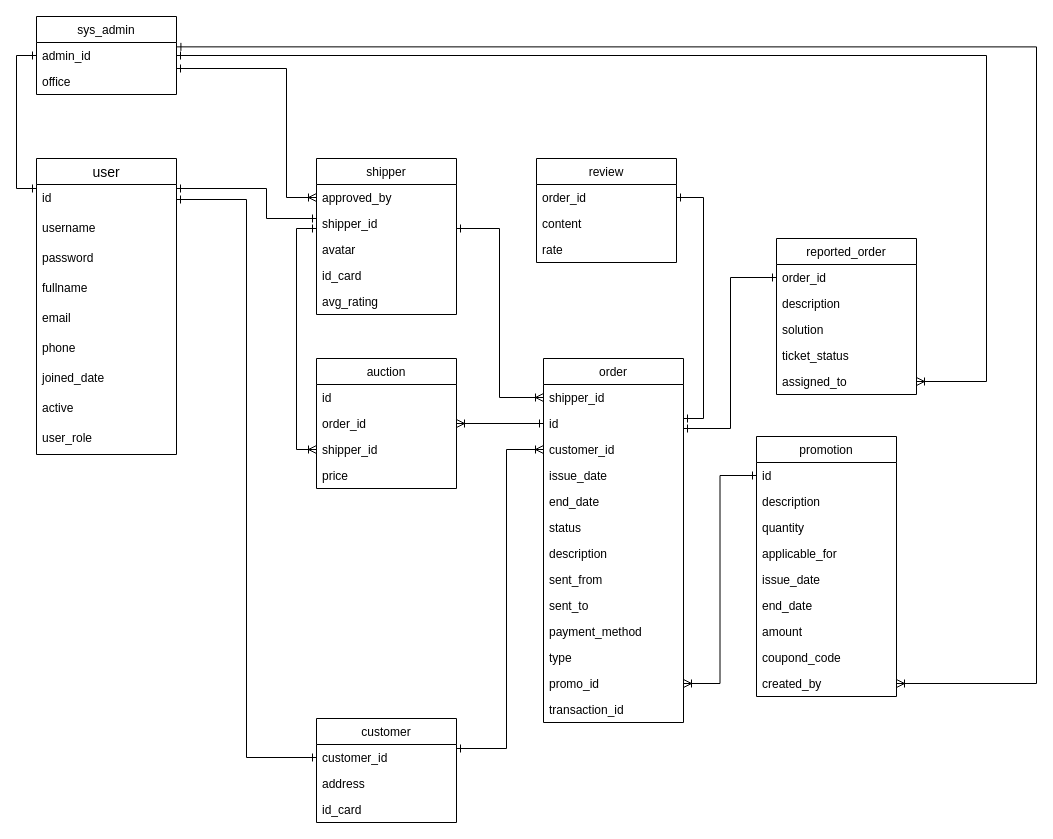
quoctann/spring-delivery-management keeps this draw.io diagram as page "Database" (2 of 2) of design.drawio. Above is the earlier version. Source tidied: cells renumbered, new cells numbered last; positions are measured from the earlier drawing's top-left corner, leaving out a move shared by most shapes. Both pictures are drawn from the tidied source at 100%, with x=0, y=0 at pixel (16, 16).
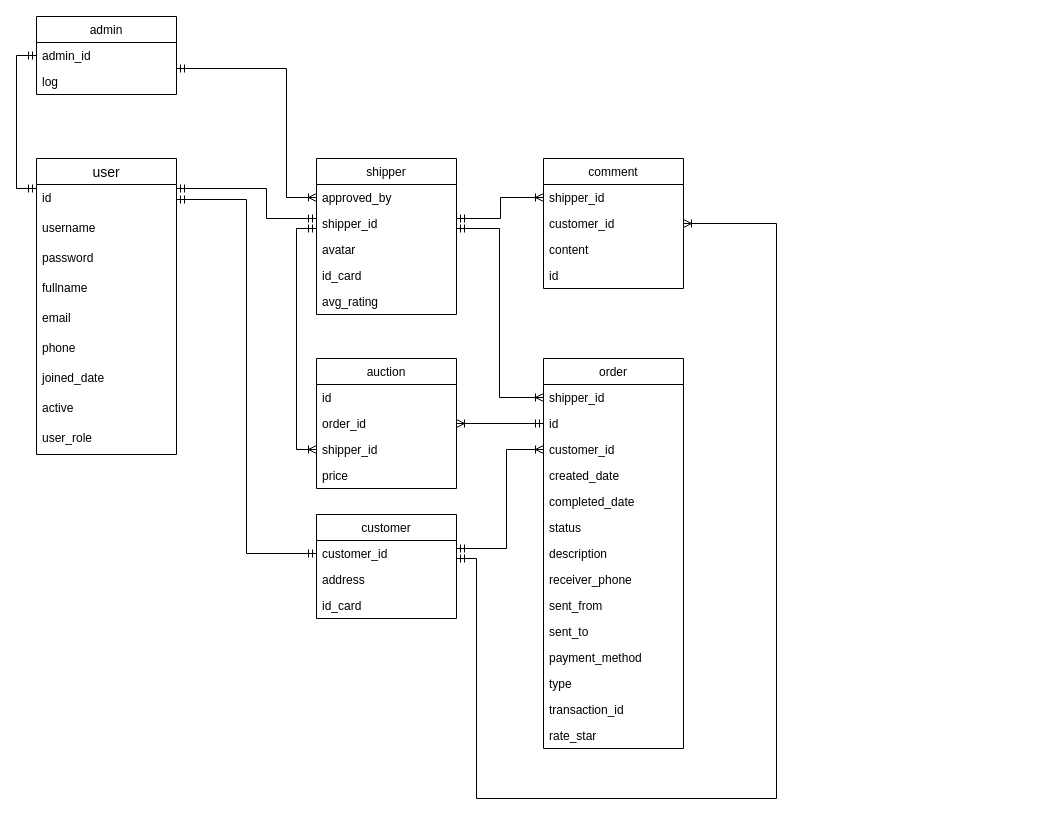
After the change.

The change refers to these unchanged cells:
```xml
<mxCell id="3" value="id" style="text;strokeColor=none;fillColor=none;spacingLeft=4;spacingRight=4;overflow=hidden;points=[[0,0.5],[1,0.5]];portConstraint=eastwest;fontSize=12;" parent="2" vertex="1">
  <mxGeometry y="26" width="140" height="30" as="geometry" />
</mxCell>
<mxCell id="13" value="approved_by" style="text;strokeColor=none;fillColor=none;align=left;verticalAlign=top;spacingLeft=4;spacingRight=4;overflow=hidden;points=[[0,0.5],[1,0.5]];portConstraint=eastwest;" parent="12" vertex="1">
  <mxGeometry y="26" width="140" height="26" as="geometry" />
</mxCell>
<mxCell id="14" value="shipper_id" style="text;strokeColor=none;fillColor=none;align=left;verticalAlign=top;spacingLeft=4;spacingRight=4;overflow=hidden;points=[[0,0.5],[1,0.5]];portConstraint=eastwest;" parent="12" vertex="1">
  <mxGeometry y="52" width="140" height="26" as="geometry" />
</mxCell>
<mxCell id="23" value="shipper_id" style="text;strokeColor=none;fillColor=none;align=left;verticalAlign=top;spacingLeft=4;spacingRight=4;overflow=hidden;points=[[0,0.5],[1,0.5]];portConstraint=eastwest;" parent="22" vertex="1">
  <mxGeometry y="26" width="140" height="26" as="geometry" />
</mxCell>
<mxCell id="24" value="id" style="text;strokeColor=none;fillColor=none;align=left;verticalAlign=top;spacingLeft=4;spacingRight=4;overflow=hidden;points=[[0,0.5],[1,0.5]];portConstraint=eastwest;" parent="22" vertex="1">
  <mxGeometry y="52" width="140" height="26" as="geometry" />
</mxCell>
<mxCell id="25" value="customer_id" style="text;strokeColor=none;fillColor=none;align=left;verticalAlign=top;spacingLeft=4;spacingRight=4;overflow=hidden;points=[[0,0.5],[1,0.5]];portConstraint=eastwest;" parent="22" vertex="1">
  <mxGeometry y="78" width="140" height="26" as="geometry" />
</mxCell>
<mxCell id="38" value="order_id" style="text;strokeColor=none;fillColor=none;align=left;verticalAlign=top;spacingLeft=4;spacingRight=4;overflow=hidden;points=[[0,0.5],[1,0.5]];portConstraint=eastwest;" parent="36" vertex="1">
  <mxGeometry y="52" width="140" height="26" as="geometry" />
</mxCell>
<mxCell id="39" value="shipper_id" style="text;strokeColor=none;fillColor=none;align=left;verticalAlign=top;spacingLeft=4;spacingRight=4;overflow=hidden;points=[[0,0.5],[1,0.5]];portConstraint=eastwest;" parent="36" vertex="1">
  <mxGeometry y="78" width="140" height="26" as="geometry" />
</mxCell>
<mxCell id="53" value="customer_id" style="text;strokeColor=none;fillColor=none;align=left;verticalAlign=top;spacingLeft=4;spacingRight=4;overflow=hidden;points=[[0,0.5],[1,0.5]];portConstraint=eastwest;" parent="52" vertex="1">
  <mxGeometry y="26" width="140" height="26" as="geometry" />
</mxCell>
<mxCell id="71" value="admin_id" style="text;strokeColor=none;fillColor=none;align=left;verticalAlign=top;spacingLeft=4;spacingRight=4;overflow=hidden;points=[[0,0.5],[1,0.5]];portConstraint=eastwest;" parent="70" vertex="1">
  <mxGeometry y="26" width="140" height="26" as="geometry" />
</mxCell>
```

The edit, as a diff of the source:
```diff
@@
-    <mxCell id="18" value="review" style="swimlane;fontStyle=0;horizontal=1;startSize=26;rounded=0;sketch=0;" parent="1" vertex="1">
-      <mxGeometry x="520" y="142" width="140" height="104" as="geometry" />
-    </mxCell>
-    <mxCell id="19" value="order_id" style="text;strokeColor=none;fillColor=none;align=left;verticalAlign=top;spacingLeft=4;spacingRight=4;overflow=hidden;points=[[0,0.5],[1,0.5]];portConstraint=eastwest;" parent="18" vertex="1">
-      <mxGeometry y="26" width="140" height="26" as="geometry" />
-    </mxCell>
-    <mxCell id="20" value="content" style="text;strokeColor=none;fillColor=none;align=left;verticalAlign=top;spacingLeft=4;spacingRight=4;overflow=hidden;" parent="18" vertex="1">
-      <mxGeometry y="52" width="140" height="26" as="geometry" />
-    </mxCell>
-    <mxCell id="21" value="rate" style="text;strokeColor=none;fillColor=none;align=left;verticalAlign=top;spacingLeft=4;spacingRight=4;overflow=hidden;" parent="18" vertex="1">
-      <mxGeometry y="78" width="140" height="26" as="geometry" />
-    </mxCell>
     <mxCell id="22" value="order" style="swimlane;fontStyle=0;horizontal=1;startSize=26;rounded=0;sketch=0;" parent="1" vertex="1">
-      <mxGeometry x="527" y="342" width="140" height="364" as="geometry" />
+      <mxGeometry x="527" y="342" width="140" height="390" as="geometry" />
     </mxCell>
@@
-    <mxCell id="26" value="issue_date" style="text;strokeColor=none;fillColor=none;align=left;verticalAlign=top;spacingLeft=4;spacingRight=4;overflow=hidden;" parent="22" vertex="1">
+    <mxCell id="26" value="created_date" style="text;strokeColor=none;fillColor=none;align=left;verticalAlign=top;spacingLeft=4;spacingRight=4;overflow=hidden;" parent="22" vertex="1">
       <mxGeometry y="104" width="140" height="26" as="geometry" />
     </mxCell>
-    <mxCell id="27" value="end_date" style="text;strokeColor=none;fillColor=none;align=left;verticalAlign=top;spacingLeft=4;spacingRight=4;overflow=hidden;" parent="22" vertex="1">
+    <mxCell id="27" value="completed_date" style="text;strokeColor=none;fillColor=none;align=left;verticalAlign=top;spacingLeft=4;spacingRight=4;overflow=hidden;" parent="22" vertex="1">
       <mxGeometry y="130" width="140" height="26" as="geometry" />
     </mxCell>
@@
+    <mxCell id="77" value="receiver_phone" style="text;strokeColor=none;fillColor=none;align=left;verticalAlign=top;spacingLeft=4;spacingRight=4;overflow=hidden;" parent="22" vertex="1">
+      <mxGeometry y="208" width="140" height="26" as="geometry" />
+    </mxCell>
     <mxCell id="30" value="sent_from" style="text;strokeColor=none;fillColor=none;align=left;verticalAlign=top;spacingLeft=4;spacingRight=4;overflow=hidden;" parent="22" vertex="1">
-      <mxGeometry y="208" width="140" height="26" as="geometry" />
+      <mxGeometry y="234" width="140" height="26" as="geometry" />
     </mxCell>
     <mxCell id="31" value="sent_to" style="text;strokeColor=none;fillColor=none;align=left;verticalAlign=top;spacingLeft=4;spacingRight=4;overflow=hidden;" parent="22" vertex="1">
-      <mxGeometry y="234" width="140" height="26" as="geometry" />
+      <mxGeometry y="260" width="140" height="26" as="geometry" />
     </mxCell>
     <mxCell id="32" value="payment_method" style="text;strokeColor=none;fillColor=none;align=left;verticalAlign=top;spacingLeft=4;spacingRight=4;overflow=hidden;" parent="22" vertex="1">
-      <mxGeometry y="260" width="140" height="26" as="geometry" />
+      <mxGeometry y="286" width="140" height="26" as="geometry" />
     </mxCell>
     <mxCell id="33" value="type" style="text;strokeColor=none;fillColor=none;align=left;verticalAlign=top;spacingLeft=4;spacingRight=4;overflow=hidden;" parent="22" vertex="1">
-      <mxGeometry y="286" width="140" height="26" as="geometry" />
+      <mxGeometry y="312" width="140" height="26" as="geometry" />
     </mxCell>
-    <mxCell id="34" value="promo_id" style="text;strokeColor=none;fillColor=none;align=left;verticalAlign=top;spacingLeft=4;spacingRight=4;overflow=hidden;points=[[0,0.5],[1,0.5]];portConstraint=eastwest;" parent="22" vertex="1">
-      <mxGeometry y="312" width="140" height="26" as="geometry" />
-    </mxCell>
@@
+    <mxCell id="78" value="rate_star" style="text;strokeColor=none;fillColor=none;align=left;verticalAlign=top;spacingLeft=4;spacingRight=4;overflow=hidden;" parent="22" vertex="1">
+      <mxGeometry y="364" width="140" height="26" as="geometry" />
+    </mxCell>
@@
-    <mxCell id="41" value="reported_order" style="swimlane;fontStyle=0;horizontal=1;startSize=26;rounded=0;sketch=0;" parent="1" vertex="1">
-      <mxGeometry x="760" y="222" width="140" height="156" as="geometry" />
-    </mxCell>
-    <mxCell id="42" value="order_id" style="text;strokeColor=none;fillColor=none;align=left;verticalAlign=top;spacingLeft=4;spacingRight=4;overflow=hidden;points=[[0,0.5],[1,0.5]];portConstraint=eastwest;" parent="41" vertex="1">
-      <mxGeometry y="26" width="140" height="26" as="geometry" />
-    </mxCell>
-    <mxCell id="43" value="description" style="text;strokeColor=none;fillColor=none;align=left;verticalAlign=top;spacingLeft=4;spacingRight=4;overflow=hidden;" parent="41" vertex="1">
-      <mxGeometry y="52" width="140" height="26" as="geometry" />
-    </mxCell>
-    <mxCell id="44" value="solution" style="text;strokeColor=none;fillColor=none;align=left;verticalAlign=top;spacingLeft=4;spacingRight=4;overflow=hidden;" parent="41" vertex="1">
-      <mxGeometry y="78" width="140" height="26" as="geometry" />
-    </mxCell>
-    <mxCell id="45" value="ticket_status" style="text;strokeColor=none;fillColor=none;align=left;verticalAlign=top;spacingLeft=4;spacingRight=4;overflow=hidden;" parent="41" vertex="1">
-      <mxGeometry y="104" width="140" height="26" as="geometry" />
-    </mxCell>
-    <mxCell id="46" value="assigned_to" style="text;strokeColor=none;fillColor=none;align=left;verticalAlign=top;spacingLeft=4;spacingRight=4;overflow=hidden;points=[[0,0.5],[1,0.5]];portConstraint=eastwest;" parent="41" vertex="1">
-      <mxGeometry y="130" width="140" height="26" as="geometry" />
-    </mxCell>
-    <mxCell id="47" style="edgeStyle=orthogonalEdgeStyle;rounded=0;sketch=0;jettySize=auto;html=1;startArrow=ERone;startFill=0;endArrow=ERone;endFill=0;" parent="1" edge="1" source="3" target="14">
+    <mxCell id="47" style="edgeStyle=orthogonalEdgeStyle;rounded=0;sketch=0;jettySize=auto;html=1;startArrow=ERmandOne;startFill=0;endArrow=ERmandOne;endFill=0;" parent="1" edge="1" source="3" target="14">
       <mxGeometry relative="1" as="geometry">
         <Array as="points">
           <mxPoint x="250" y="172" />
           <mxPoint x="250" y="202" />
         </Array>
       </mxGeometry>
     </mxCell>
-    <mxCell id="48" style="edgeStyle=orthogonalEdgeStyle;rounded=0;sketch=0;jettySize=auto;html=1;startArrow=ERone;startFill=0;endArrow=ERoneToMany;endFill=0;" parent="1" edge="1" source="14" target="39">
+    <mxCell id="48" style="edgeStyle=orthogonalEdgeStyle;rounded=0;sketch=0;jettySize=auto;html=1;startArrow=ERmandOne;startFill=0;endArrow=ERoneToMany;endFill=0;" parent="1" edge="1" source="14" target="39">
       <mxGeometry relative="1" as="geometry">
         <Array as="points">
           <mxPoint x="280" y="212" />
           <mxPoint x="280" y="433" />
         </Array>
       </mxGeometry>
     </mxCell>
-    <mxCell id="49" style="edgeStyle=orthogonalEdgeStyle;rounded=0;sketch=0;jettySize=auto;html=1;startArrow=ERone;startFill=0;endArrow=ERoneToMany;endFill=0;" parent="1" edge="1" target="38">
+    <mxCell id="49" style="edgeStyle=orthogonalEdgeStyle;rounded=0;sketch=0;jettySize=auto;html=1;startArrow=ERmandOne;startFill=0;endArrow=ERoneToMany;endFill=0;" parent="1" edge="1" target="38">
       <mxGeometry relative="1" as="geometry">
         <mxPoint x="527" y="407" as="sourcePoint" />
         <Array as="points">
           <mxPoint x="527" y="407" />
         </Array>
       </mxGeometry>
     </mxCell>
-    <mxCell id="50" style="edgeStyle=orthogonalEdgeStyle;rounded=0;sketch=0;jettySize=auto;html=1;startArrow=ERone;startFill=0;endArrow=ERone;endFill=0;" parent="1" edge="1" source="19" target="24">
-      <mxGeometry relative="1" as="geometry">
-        <Array as="points">
-          <mxPoint x="687" y="181" />
-          <mxPoint x="687" y="402" />
-        </Array>
-      </mxGeometry>
-    </mxCell>
-    <mxCell id="51" style="edgeStyle=orthogonalEdgeStyle;rounded=0;sketch=0;jettySize=auto;html=1;startArrow=ERone;startFill=0;endArrow=ERone;endFill=0;" parent="1" edge="1" source="24" target="42">
-      <mxGeometry relative="1" as="geometry">
-        <Array as="points">
-          <mxPoint x="714" y="412" />
-          <mxPoint x="714" y="261" />
-        </Array>
-      </mxGeometry>
-    </mxCell>
     <mxCell id="52" value="customer" style="swimlane;fontStyle=0;horizontal=1;startSize=26;rounded=0;sketch=0;" parent="1" vertex="1">
-      <mxGeometry x="300" y="702" width="140" height="104" as="geometry" />
+      <mxGeometry x="300" y="498" width="140" height="104" as="geometry" />
     </mxCell>
@@
-    <mxCell id="56" style="edgeStyle=orthogonalEdgeStyle;rounded=0;sketch=0;jettySize=auto;html=1;startArrow=ERone;startFill=0;endArrow=ERone;endFill=0;" parent="1" edge="1" source="3" target="53">
+    <mxCell id="56" style="edgeStyle=orthogonalEdgeStyle;rounded=0;sketch=0;jettySize=auto;html=1;startArrow=ERmandOne;startFill=0;endArrow=ERmandOne;endFill=0;" parent="1" edge="1" source="3" target="53">
       <mxGeometry relative="1" as="geometry" />
     </mxCell>
-    <mxCell id="57" style="edgeStyle=orthogonalEdgeStyle;rounded=0;sketch=0;jettySize=auto;html=1;startArrow=ERone;startFill=0;endArrow=ERoneToMany;endFill=0;" parent="1" edge="1" source="53" target="25">
+    <mxCell id="57" style="edgeStyle=orthogonalEdgeStyle;rounded=0;sketch=0;jettySize=auto;html=1;startArrow=ERmandOne;startFill=0;endArrow=ERoneToMany;endFill=0;" parent="1" edge="1" source="53" target="25">
       <mxGeometry relative="1" as="geometry">
         <Array as="points">
-          <mxPoint x="490" y="732" />
+          <mxPoint x="490" y="532" />
           <mxPoint x="490" y="433" />
         </Array>
       </mxGeometry>
     </mxCell>
-    <mxCell id="58" value="promotion" style="swimlane;fontStyle=0;horizontal=1;startSize=26;rounded=0;sketch=0;" parent="1" vertex="1">
-      <mxGeometry x="740" y="420" width="140" height="260" as="geometry" />
-    </mxCell>
-    <mxCell id="59" value="id" style="text;strokeColor=none;fillColor=none;align=left;verticalAlign=top;spacingLeft=4;spacingRight=4;overflow=hidden;points=[[0,0.5],[1,0.5]];portConstraint=eastwest;" parent="58" vertex="1">
-      <mxGeometry y="26" width="140" height="26" as="geometry" />
-    </mxCell>
-    <mxCell id="60" value="description" style="text;strokeColor=none;fillColor=none;align=left;verticalAlign=top;spacingLeft=4;spacingRight=4;overflow=hidden;" parent="58" vertex="1">
-      <mxGeometry y="52" width="140" height="26" as="geometry" />
-    </mxCell>
-    <mxCell id="61" value="quantity" style="text;strokeColor=none;fillColor=none;align=left;verticalAlign=top;spacingLeft=4;spacingRight=4;overflow=hidden;" parent="58" vertex="1">
-      <mxGeometry y="78" width="140" height="26" as="geometry" />
-    </mxCell>
-    <mxCell id="62" value="applicable_for" style="text;strokeColor=none;fillColor=none;align=left;verticalAlign=top;spacingLeft=4;spacingRight=4;overflow=hidden;" parent="58" vertex="1">
-      <mxGeometry y="104" width="140" height="26" as="geometry" />
-    </mxCell>
-    <mxCell id="63" value="issue_date" style="text;strokeColor=none;fillColor=none;align=left;verticalAlign=top;spacingLeft=4;spacingRight=4;overflow=hidden;" parent="58" vertex="1">
-      <mxGeometry y="130" width="140" height="26" as="geometry" />
-    </mxCell>
-    <mxCell id="64" value="end_date" style="text;strokeColor=none;fillColor=none;align=left;verticalAlign=top;spacingLeft=4;spacingRight=4;overflow=hidden;" parent="58" vertex="1">
-      <mxGeometry y="156" width="140" height="26" as="geometry" />
-    </mxCell>
-    <mxCell id="65" value="amount" style="text;strokeColor=none;fillColor=none;align=left;verticalAlign=top;spacingLeft=4;spacingRight=4;overflow=hidden;" parent="58" vertex="1">
-      <mxGeometry y="182" width="140" height="26" as="geometry" />
-    </mxCell>
-    <mxCell id="66" value="coupond_code" style="text;strokeColor=none;fillColor=none;align=left;verticalAlign=top;spacingLeft=4;spacingRight=4;overflow=hidden;" parent="58" vertex="1">
-      <mxGeometry y="208" width="140" height="26" as="geometry" />
-    </mxCell>
-    <mxCell id="67" value="created_by" style="text;strokeColor=none;fillColor=none;align=left;verticalAlign=top;spacingLeft=4;spacingRight=4;overflow=hidden;points=[[0,0.5],[1,0.5]];portConstraint=eastwest;" parent="58" vertex="1">
-      <mxGeometry y="234" width="140" height="26" as="geometry" />
-    </mxCell>
-    <mxCell id="68" style="edgeStyle=orthogonalEdgeStyle;rounded=0;sketch=0;jettySize=auto;html=1;startArrow=ERone;startFill=0;endArrow=ERoneToMany;endFill=0;" parent="1" edge="1" source="59" target="34">
-      <mxGeometry relative="1" as="geometry" />
-    </mxCell>
-    <mxCell id="69" style="edgeStyle=orthogonalEdgeStyle;rounded=0;jettySize=auto;html=1;startArrow=ERone;startFill=0;endArrow=ERoneToMany;endFill=0;" parent="1" edge="1" source="14" target="23">
+    <mxCell id="69" style="edgeStyle=orthogonalEdgeStyle;rounded=0;jettySize=auto;html=1;startArrow=ERmandOne;startFill=0;endArrow=ERoneToMany;endFill=0;" parent="1" edge="1" source="14" target="23">
       <mxGeometry relative="1" as="geometry">
         <Array as="points">
           <mxPoint x="483" y="212" />
           <mxPoint x="483" y="381" />
         </Array>
       </mxGeometry>
     </mxCell>
-    <mxCell id="70" value="sys_admin" style="swimlane;fontStyle=0;horizontal=1;startSize=26;rounded=0;sketch=0;" parent="1" vertex="1">
+    <mxCell id="70" value="admin" style="swimlane;fontStyle=0;horizontal=1;startSize=26;rounded=0;sketch=0;" parent="1" vertex="1">
       <mxGeometry x="20" width="140" height="78" as="geometry" />
     </mxCell>
@@
-    <mxCell id="72" value="office" style="text;strokeColor=none;fillColor=none;align=left;verticalAlign=top;spacingLeft=4;spacingRight=4;overflow=hidden;" parent="70" vertex="1">
+    <mxCell id="72" value="log" style="text;strokeColor=none;fillColor=none;align=left;verticalAlign=top;spacingLeft=4;spacingRight=4;overflow=hidden;" parent="70" vertex="1">
       <mxGeometry y="52" width="140" height="26" as="geometry" />
     </mxCell>
-    <mxCell id="73" style="edgeStyle=orthogonalEdgeStyle;rounded=0;sketch=0;jettySize=auto;html=1;endArrow=ERone;endFill=0;startArrow=ERone;startFill=0;" parent="1" edge="1" source="71" target="3">
+    <mxCell id="73" style="edgeStyle=orthogonalEdgeStyle;rounded=0;sketch=0;jettySize=auto;html=1;endArrow=ERmandOne;endFill=0;startArrow=ERmandOne;startFill=0;" parent="1" edge="1" source="71" target="3">
       <mxGeometry relative="1" as="geometry">
         <Array as="points">
           <mxPoint y="39" />
           <mxPoint y="172" />
         </Array>
       </mxGeometry>
     </mxCell>
-    <mxCell id="74" style="edgeStyle=orthogonalEdgeStyle;rounded=0;sketch=0;jettySize=auto;html=1;startArrow=ERone;startFill=0;endArrow=ERoneToMany;endFill=0;" parent="1" edge="1" source="71" target="13">
+    <mxCell id="74" style="edgeStyle=orthogonalEdgeStyle;rounded=0;sketch=0;jettySize=auto;html=1;startArrow=ERmandOne;startFill=0;endArrow=ERoneToMany;endFill=0;" parent="1" edge="1" source="71" target="13">
       <mxGeometry relative="1" as="geometry">
         <Array as="points">
           <mxPoint x="270" y="52" />
           <mxPoint x="270" y="181" />
         </Array>
       </mxGeometry>
     </mxCell>
-    <mxCell id="75" style="edgeStyle=orthogonalEdgeStyle;rounded=0;sketch=0;jettySize=auto;html=1;startArrow=ERoneToMany;startFill=0;endArrow=ERone;endFill=0;fillColor=#0050ef;" parent="1" edge="1" source="46" target="71">
-      <mxGeometry relative="1" as="geometry">
-        <Array as="points">
-          <mxPoint x="970" y="365" />
-          <mxPoint x="970" y="39" />
-        </Array>
-      </mxGeometry>
-    </mxCell>
-    <mxCell id="76" style="edgeStyle=orthogonalEdgeStyle;rounded=0;sketch=0;jettySize=auto;html=1;entryX=1.003;entryY=0.168;entryDx=0;entryDy=0;entryPerimeter=0;startArrow=ERoneToMany;startFill=0;endArrow=ERone;endFill=0;strokeColor=#000000;" parent="1" edge="1" source="67" target="71">
-      <mxGeometry relative="1" as="geometry">
-        <Array as="points">
-          <mxPoint x="1020" y="667" />
-          <mxPoint x="1020" y="30" />
-        </Array>
-      </mxGeometry>
-    </mxCell>
+    <mxCell id="79" value="comment" style="swimlane;fontStyle=0;horizontal=1;startSize=26;rounded=0;" parent="1" vertex="1">
+      <mxGeometry x="527" y="142" width="140" height="130" as="geometry" />
+    </mxCell>
+    <mxCell id="80" value="shipper_id" style="text;strokeColor=none;fillColor=none;align=left;verticalAlign=top;spacingLeft=4;spacingRight=4;overflow=hidden;points=[[0,0.5],[1,0.5]];portConstraint=eastwest;" parent="79" vertex="1">
+      <mxGeometry y="26" width="140" height="26" as="geometry" />
+    </mxCell>
+    <mxCell id="81" value="customer_id" style="text;strokeColor=none;fillColor=none;align=left;verticalAlign=top;spacingLeft=4;spacingRight=4;overflow=hidden;points=[[0,0.5],[1,0.5]];portConstraint=eastwest;" parent="79" vertex="1">
+      <mxGeometry y="52" width="140" height="26" as="geometry" />
+    </mxCell>
+    <mxCell id="20" value="content" style="text;strokeColor=none;fillColor=none;align=left;verticalAlign=top;spacingLeft=4;spacingRight=4;overflow=hidden;" parent="79" vertex="1">
+      <mxGeometry y="78" width="140" height="26" as="geometry" />
+    </mxCell>
+    <mxCell id="59" value="id" style="text;strokeColor=none;fillColor=none;align=left;verticalAlign=top;spacingLeft=4;spacingRight=4;overflow=hidden;points=[[0,0.5],[1,0.5]];portConstraint=eastwest;" parent="79" vertex="1">
+      <mxGeometry y="104" width="140" height="26" as="geometry" />
+    </mxCell>
+    <mxCell id="82" style="edgeStyle=orthogonalEdgeStyle;rounded=0;jettySize=auto;html=1;entryX=0;entryY=0.5;entryDx=0;entryDy=0;endArrow=ERoneToMany;endFill=0;startArrow=ERmandOne;startFill=0;" parent="1" edge="1" source="14" target="80">
+      <mxGeometry relative="1" as="geometry">
+        <Array as="points">
+          <mxPoint x="484" y="202" />
+          <mxPoint x="484" y="181" />
+        </Array>
+      </mxGeometry>
+    </mxCell>
+    <mxCell id="83" style="edgeStyle=orthogonalEdgeStyle;rounded=0;jettySize=auto;html=1;startArrow=ERmandOne;startFill=0;endArrow=ERoneToMany;endFill=0;" parent="1" edge="1" source="53" target="81">
+      <mxGeometry relative="1" as="geometry">
+        <Array as="points">
+          <mxPoint x="460" y="542" />
+          <mxPoint x="460" y="782" />
+          <mxPoint x="760" y="782" />
+          <mxPoint x="760" y="207" />
+        </Array>
+      </mxGeometry>
+    </mxCell>
```
